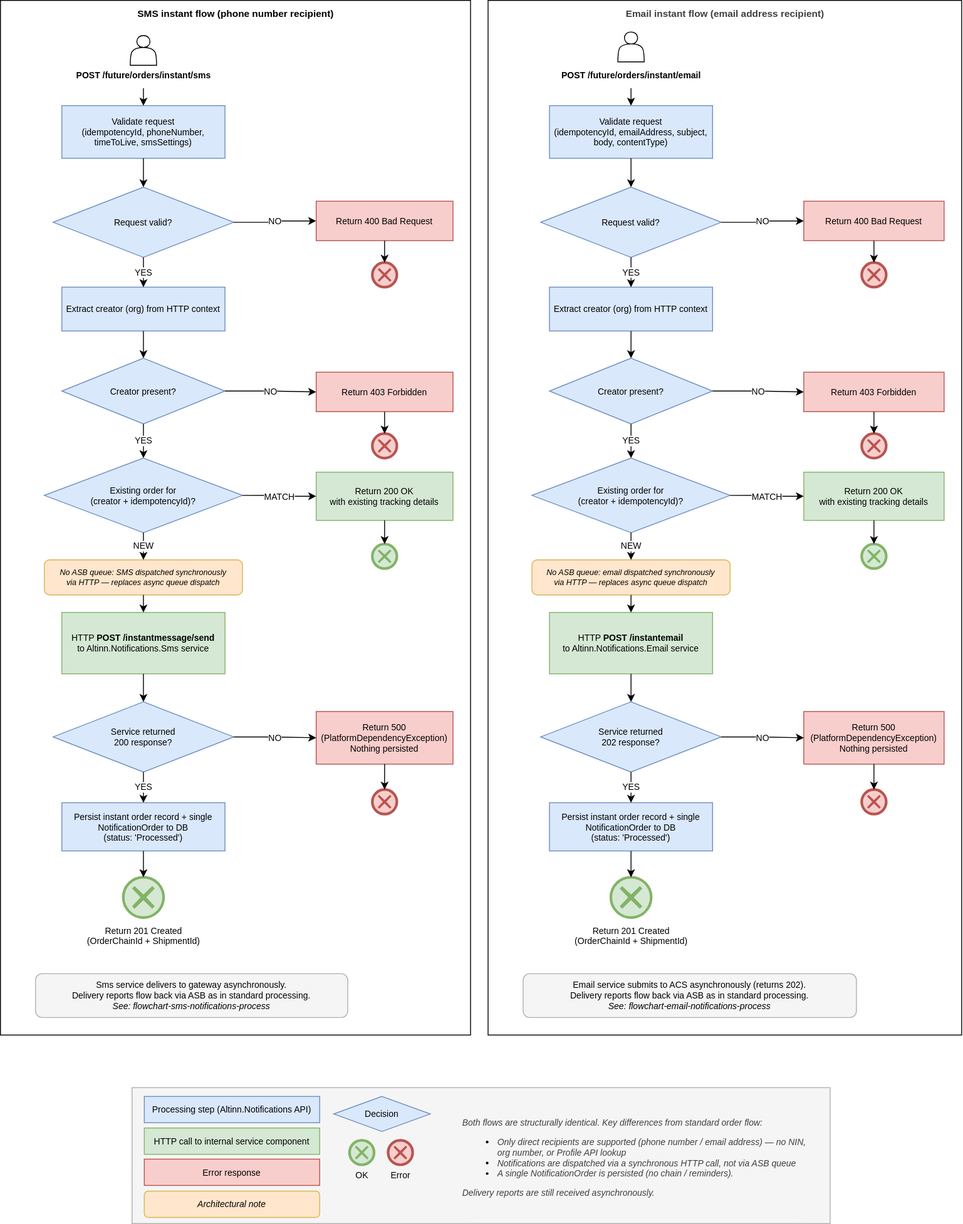
This is docs/architecture/flowchart-instant-notifications-process.svg from Altinn/altinn-notifications, a draw.io export, as it was before one commit. Source tidied: cells renumbered, new cells last; positions are measured from the earlier drawing's top-left corner, leaving out a move shared by most shapes.
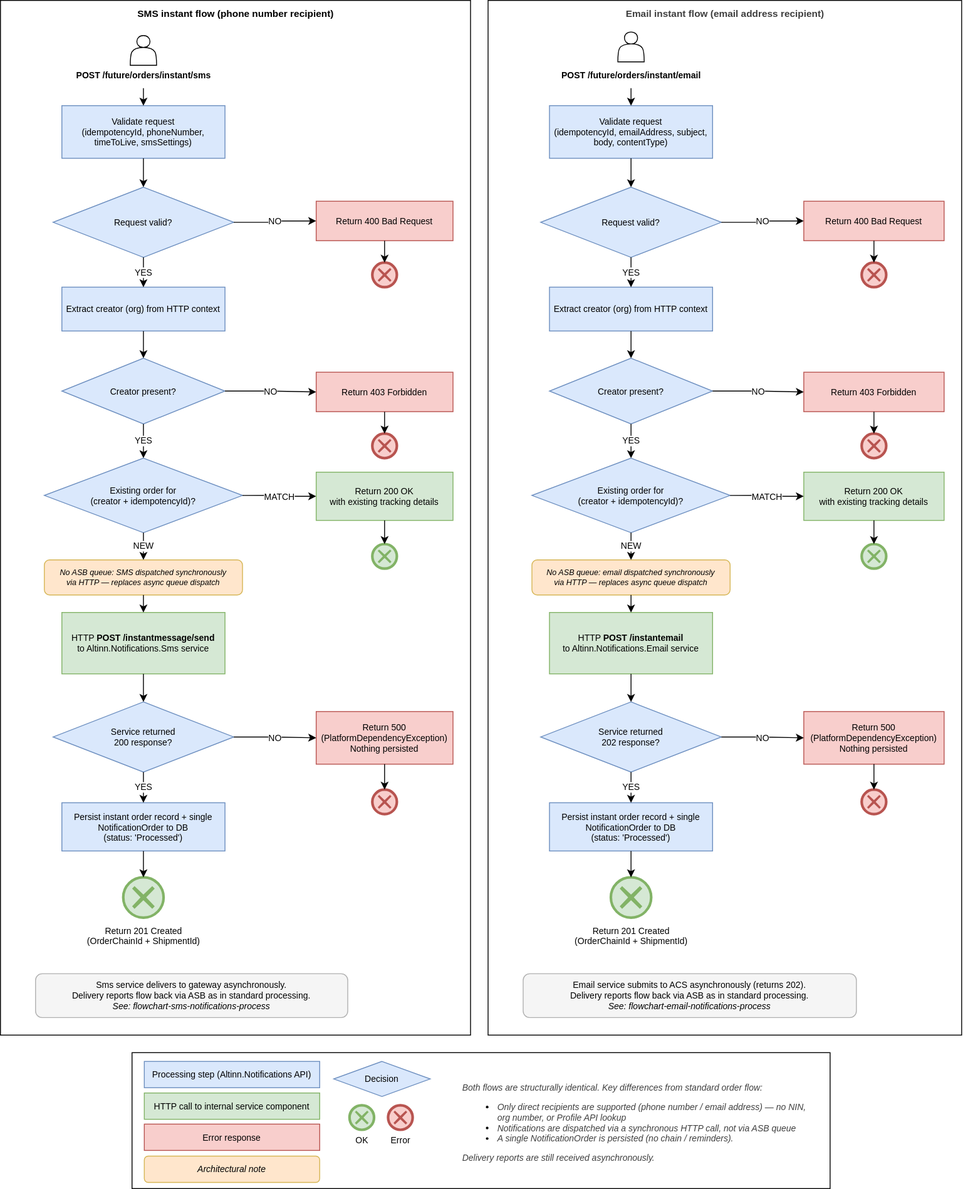
Above is the later version.

Change to the diagram source:
```diff
@@ -8,8 +8,8 @@
     <mxCell id="3" style="rounded=0;whiteSpace=wrap;html=1;" parent="1" vertex="1">
       <mxGeometry x="556" width="540" height="1180" as="geometry" />
     </mxCell>
-    <mxCell id="4" style="rounded=0;whiteSpace=wrap;html=1;fillColor=#f5f5f5;strokeColor=#b0b0b0;" parent="1" vertex="1">
-      <mxGeometry x="150" y="1240" width="796" height="155" as="geometry" />
+    <mxCell id="4" style="rounded=0;whiteSpace=wrap;html=1;labelBackgroundColor=none;" parent="1" vertex="1">
+      <mxGeometry x="150" y="1200" width="796" height="155" as="geometry" />
     </mxCell>
     <mxCell id="5" value="&lt;font&gt;SMS instant flow (phone number recipient)&lt;/font&gt;" style="text;html=1;align=center;verticalAlign=middle;strokeColor=none;fillColor=none;fontSize=11;fontStyle=1;" parent="1" vertex="1">
       <mxGeometry x="180" width="176" height="30" as="geometry" />
@@ -18,28 +18,28 @@
       <mxGeometry x="626" y="70" width="186" height="30" as="geometry" />
     </mxCell>
     <mxCell id="7" value="Processing step (Altinn.Notifications API)" style="rounded=0;whiteSpace=wrap;html=1;fillColor=#dae8fc;strokeColor=#6c8ebf;fontSize=10;" parent="1" vertex="1">
-      <mxGeometry x="164" y="1250" width="200" height="30" as="geometry" />
+      <mxGeometry x="164" y="1210" width="200" height="30" as="geometry" />
     </mxCell>
     <mxCell id="8" value="HTTP call to internal service component" style="rounded=0;whiteSpace=wrap;html=1;fillColor=#d5e8d4;strokeColor=#82b366;fontSize=10;" parent="1" vertex="1">
-      <mxGeometry x="164" y="1286" width="200" height="30" as="geometry" />
+      <mxGeometry x="164" y="1246" width="200" height="30" as="geometry" />
     </mxCell>
     <mxCell id="9" value="Error response" style="rounded=0;whiteSpace=wrap;html=1;fillColor=#f8cecc;strokeColor=#b85450;fontSize=10;" parent="1" vertex="1">
-      <mxGeometry x="164" y="1321.5" width="200" height="30" as="geometry" />
+      <mxGeometry x="164" y="1281.5" width="200" height="30" as="geometry" />
     </mxCell>
     <mxCell id="10" value="Architectural note" style="rounded=1;whiteSpace=wrap;html=1;fillColor=#ffe6cc;strokeColor=#d6b656;fontSize=10;fontStyle=2;" parent="1" vertex="1">
-      <mxGeometry x="164" y="1358" width="200" height="30" as="geometry" />
+      <mxGeometry x="164" y="1318" width="200" height="30" as="geometry" />
     </mxCell>
     <mxCell id="11" value="Decision" style="rhombus;whiteSpace=wrap;html=1;fontSize=10;fillColor=#dae8fc;strokeColor=#6c8ebf;" parent="1" vertex="1">
-      <mxGeometry x="380" y="1250" width="110" height="40" as="geometry" />
+      <mxGeometry x="380" y="1210" width="110" height="40" as="geometry" />
     </mxCell>
     <mxCell id="12" value="OK" style="shape=mxgraph.bpmn.event;html=1;verticalLabelPosition=bottom;labelBackgroundColor=none;verticalAlign=top;align=center;perimeter=ellipsePerimeter;outline=end;symbol=cancel;fillColor=#d5e8d4;strokeColor=#82b366;fontSize=10;" parent="1" vertex="1">
-      <mxGeometry x="398" y="1300" width="28" height="28" as="geometry" />
+      <mxGeometry x="398" y="1260" width="28" height="28" as="geometry" />
     </mxCell>
     <mxCell id="13" value="Error" style="shape=mxgraph.bpmn.event;html=1;verticalLabelPosition=bottom;labelBackgroundColor=none;verticalAlign=top;align=center;perimeter=ellipsePerimeter;outline=end;symbol=cancel;fillColor=#f8cecc;strokeColor=#b85450;fontSize=10;" parent="1" vertex="1">
-      <mxGeometry x="442" y="1300" width="28" height="28" as="geometry" />
+      <mxGeometry x="442" y="1260" width="28" height="28" as="geometry" />
     </mxCell>
-    <mxCell id="14" value="&lt;i style=&quot;color: rgb(63, 63, 63); background-color: transparent;&quot;&gt;Both flows are structurally identical. Key differences from standard order flow:&lt;/i&gt;&lt;br&gt;&lt;ul&gt;&lt;li&gt;&lt;i style=&quot;color: rgb(63, 63, 63); background-color: transparent;&quot;&gt;Only direct recipients are supported (phone number / email address) —&amp;nbsp;&lt;/i&gt;&lt;i style=&quot;background-color: transparent; color: rgb(63, 63, 63);&quot;&gt;no NIN, org number, or Profile API lookup&lt;/i&gt;&lt;/li&gt;&lt;li&gt;&lt;i style=&quot;color: rgb(63, 63, 63); background-color: transparent;&quot;&gt;Notifications are dispatched via a synchronous HTTP call, not via ASB queue&lt;/i&gt;&lt;/li&gt;&lt;li&gt;&lt;i style=&quot;color: rgb(63, 63, 63); background-color: transparent;&quot;&gt;A single NotificationOrder is persisted (no chain / reminders).&amp;nbsp;&lt;/i&gt;&lt;/li&gt;&lt;/ul&gt;&lt;i style=&quot;background-color: transparent; color: rgb(63, 63, 63);&quot;&gt;&lt;i style=&quot;background-color: transparent; color: rgb(63, 63, 63);&quot;&gt;Delivery reports are still received asynchronously.&lt;/i&gt;&lt;/i&gt;" style="rounded=1;whiteSpace=wrap;html=1;fillColor=#f5f5f5;strokeColor=none;fontSize=10;align=left;spacingLeft=5;spacingRight=5;" parent="1" vertex="1">
-      <mxGeometry x="520" y="1250" width="412" height="140" as="geometry" />
+    <mxCell id="14" value="&lt;i style=&quot;color: rgb(63, 63, 63); background-color: transparent;&quot;&gt;Both flows are structurally identical. Key differences from standard order flow:&lt;/i&gt;&lt;br&gt;&lt;ul&gt;&lt;li&gt;&lt;i style=&quot;color: rgb(63, 63, 63); background-color: transparent;&quot;&gt;Only direct recipients are supported (phone number / email address) —&amp;nbsp;&lt;/i&gt;&lt;i style=&quot;background-color: transparent; color: rgb(63, 63, 63);&quot;&gt;no NIN, org number, or Profile API lookup&lt;/i&gt;&lt;/li&gt;&lt;li&gt;&lt;i style=&quot;color: rgb(63, 63, 63); background-color: transparent;&quot;&gt;Notifications are dispatched via a synchronous HTTP call, not via ASB queue&lt;/i&gt;&lt;/li&gt;&lt;li&gt;&lt;i style=&quot;color: rgb(63, 63, 63); background-color: transparent;&quot;&gt;A single NotificationOrder is persisted (no chain / reminders).&amp;nbsp;&lt;/i&gt;&lt;/li&gt;&lt;/ul&gt;&lt;i style=&quot;background-color: transparent; color: rgb(63, 63, 63);&quot;&gt;&lt;i style=&quot;background-color: transparent; color: rgb(63, 63, 63);&quot;&gt;Delivery reports are still received asynchronously.&lt;/i&gt;&lt;/i&gt;" style="rounded=1;whiteSpace=wrap;html=1;fontSize=10;align=left;spacingLeft=5;spacingRight=5;strokeColor=none;" parent="1" vertex="1">
+      <mxGeometry x="520" y="1210" width="412" height="140" as="geometry" />
     </mxCell>
     <mxCell id="15" value="Validate request&lt;br&gt;(idempotencyId, phoneNumber, timeToLive, smsSettings)" style="rounded=0;whiteSpace=wrap;html=1;fillColor=#dae8fc;strokeColor=#6c8ebf;fontSize=10;" parent="1" vertex="1">
       <mxGeometry x="70" y="120" width="186" height="60" as="geometry" />
```
